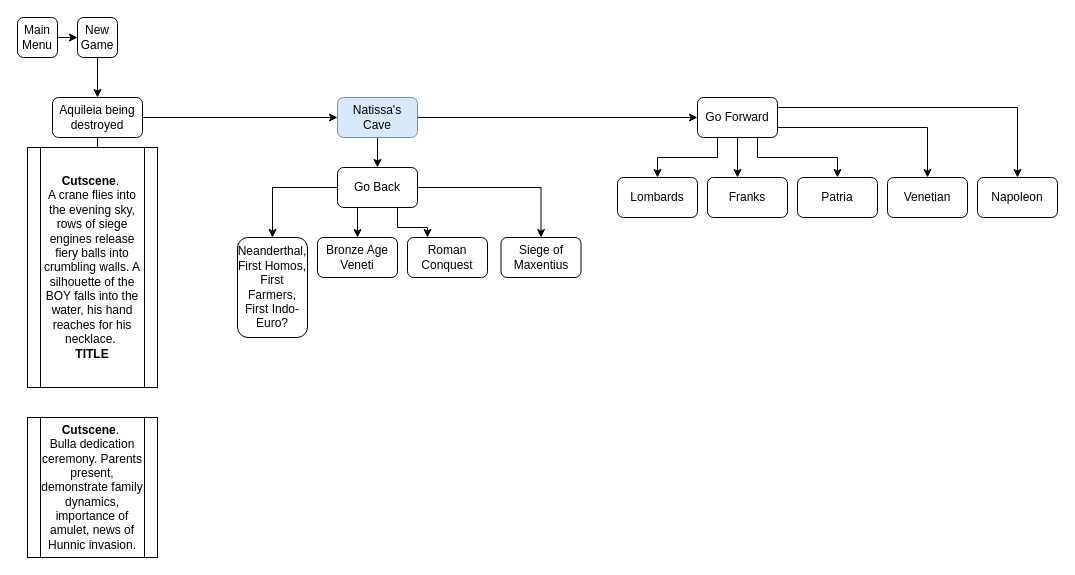
Earlier version of the draw.io diagram page "Narrative" (1 of 2) of Untitled Diagram.drawio (SpencerChamp/akileia). Source tidied: cells renumbered, new cells numbered last; positions are measured from the earlier drawing's top-left corner, leaving out a move shared by most shapes. Both pictures are drawn from the tidied source at 100%, with x=0, y=0 at pixel (17, 17).
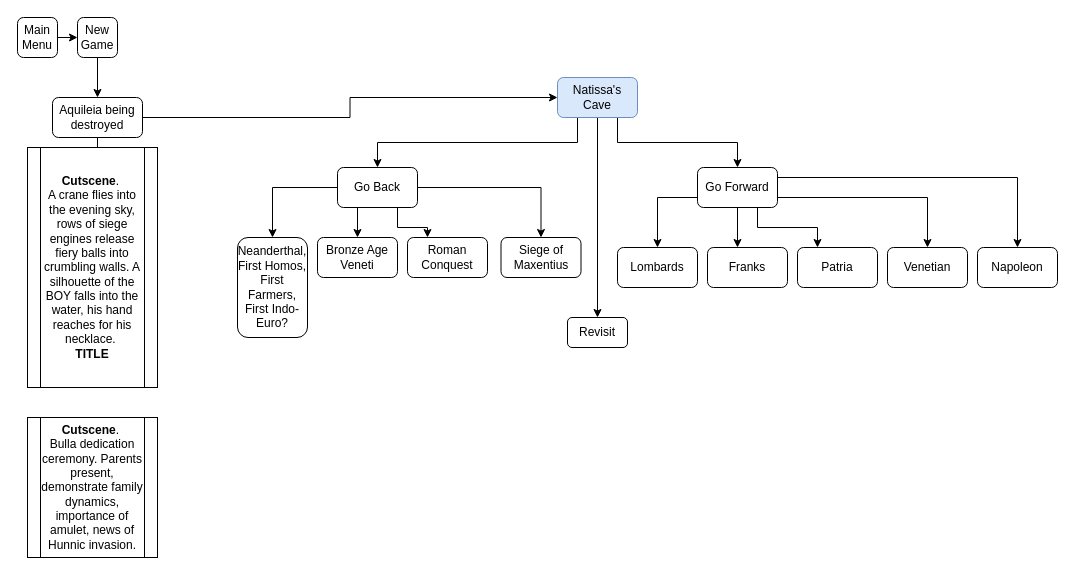
The same page after the edit.

The change refers to these unchanged cells:
```xml
<mxCell id="17" value="Go Back" style="rounded=1;whiteSpace=wrap;html=1;" parent="1" vertex="1">
  <mxGeometry x="320" y="150" width="80" height="40" as="geometry" />
</mxCell>
```

The edit, as a diff of the source:
```diff
@@
-    <mxCell id="10" style="edgeStyle=orthogonalEdgeStyle;rounded=0;jettySize=auto;html=1;" parent="1" edge="1" source="12" target="17">
+    <mxCell id="10" style="edgeStyle=orthogonalEdgeStyle;rounded=0;jettySize=auto;html=1;exitX=0.25;exitY=1;exitDx=0;exitDy=0;" parent="1" edge="1" source="12" target="17">
       <mxGeometry relative="1" as="geometry" />
     </mxCell>
-    <mxCell id="11" style="edgeStyle=orthogonalEdgeStyle;rounded=0;jettySize=auto;html=1;" parent="1" edge="1" source="12" target="23">
+    <mxCell id="11" style="edgeStyle=orthogonalEdgeStyle;rounded=0;jettySize=auto;html=1;exitX=0.75;exitY=1;exitDx=0;exitDy=0;" parent="1" edge="1" source="12" target="23">
       <mxGeometry relative="1" as="geometry" />
     </mxCell>
+    <mxCell id="35" style="edgeStyle=orthogonalEdgeStyle;rounded=0;jettySize=auto;html=1;exitX=0.5;exitY=1;exitDx=0;exitDy=0;" parent="1" edge="1" source="12" target="36">
+      <mxGeometry relative="1" as="geometry" />
+    </mxCell>
     <mxCell id="12" value="Natissa's Cave" style="rounded=1;whiteSpace=wrap;html=1;fillColor=#dae8fc;strokeColor=#6c8ebf;" parent="1" vertex="1">
-      <mxGeometry x="320" y="80" width="80" height="40" as="geometry" />
+      <mxGeometry x="540" y="60" width="80" height="40" as="geometry" />
     </mxCell>
@@
-    <mxCell id="18" style="edgeStyle=orthogonalEdgeStyle;rounded=0;jettySize=auto;html=1;" parent="1" edge="1" source="23" target="29">
-      <mxGeometry relative="1" as="geometry">
-        <Array as="points">
-          <mxPoint x="700" y="140" />
-          <mxPoint x="640" y="140" />
-        </Array>
-      </mxGeometry>
-    </mxCell>
@@
+    <mxCell id="22" style="edgeStyle=orthogonalEdgeStyle;rounded=0;jettySize=auto;html=1;exitX=1;exitY=0.25;exitDx=0;exitDy=0;" parent="1" edge="1" source="23" target="33">
+      <mxGeometry relative="1" as="geometry" />
+    </mxCell>
-    <mxCell id="20" style="edgeStyle=orthogonalEdgeStyle;rounded=0;jettySize=auto;html=1;exitX=0.75;exitY=1;exitDx=0;exitDy=0;entryX=0.5;entryY=0;entryDx=0;entryDy=0;" parent="1" edge="1" source="23" target="31">
+    <mxCell id="20" style="edgeStyle=orthogonalEdgeStyle;rounded=0;jettySize=auto;html=1;exitX=0.75;exitY=1;exitDx=0;exitDy=0;entryX=0.25;entryY=0;entryDx=0;entryDy=0;" parent="1" edge="1" source="23" target="31">
       <mxGeometry relative="1" as="geometry" />
     </mxCell>
-    <mxCell id="21" style="edgeStyle=orthogonalEdgeStyle;rounded=0;jettySize=auto;html=1;exitX=1;exitY=0.5;exitDx=0;exitDy=0;" parent="1" edge="1" source="23" target="32">
-      <mxGeometry relative="1" as="geometry">
-        <Array as="points">
-          <mxPoint x="760" y="110" />
-          <mxPoint x="910" y="110" />
-        </Array>
-      </mxGeometry>
+    <mxCell id="21" style="edgeStyle=orthogonalEdgeStyle;rounded=0;jettySize=auto;html=1;exitX=1;exitY=0.75;exitDx=0;exitDy=0;entryX=0.5;entryY=0;entryDx=0;entryDy=0;" parent="1" edge="1" source="23" target="32">
+      <mxGeometry relative="1" as="geometry" />
     </mxCell>
-    <mxCell id="22" style="edgeStyle=orthogonalEdgeStyle;rounded=0;jettySize=auto;html=1;exitX=1;exitY=0.25;exitDx=0;exitDy=0;" parent="1" edge="1" source="23" target="33">
-      <mxGeometry relative="1" as="geometry" />
-    </mxCell>
+    <mxCell id="18" style="edgeStyle=orthogonalEdgeStyle;rounded=0;jettySize=auto;html=1;exitX=0;exitY=0.75;exitDx=0;exitDy=0;" parent="1" edge="1" source="23" target="29">
+      <mxGeometry relative="1" as="geometry" />
+    </mxCell>
     <mxCell id="23" value="Go Forward" style="rounded=1;whiteSpace=wrap;html=1;" parent="1" vertex="1">
-      <mxGeometry x="680" y="80" width="80" height="40" as="geometry" />
+      <mxGeometry x="680" y="150" width="80" height="40" as="geometry" />
     </mxCell>
@@
     <mxCell id="29" value="Lombards" style="rounded=1;whiteSpace=wrap;html=1;" parent="1" vertex="1">
-      <mxGeometry x="600" y="160" width="80" height="40" as="geometry" />
+      <mxGeometry x="600" y="230" width="80" height="40" as="geometry" />
     </mxCell>
     <mxCell id="30" value="Franks" style="rounded=1;whiteSpace=wrap;html=1;" parent="1" vertex="1">
-      <mxGeometry x="690" y="160" width="80" height="40" as="geometry" />
+      <mxGeometry x="690" y="230" width="80" height="40" as="geometry" />
     </mxCell>
     <mxCell id="31" value="Patria" style="rounded=1;whiteSpace=wrap;html=1;" parent="1" vertex="1">
-      <mxGeometry x="780" y="160" width="80" height="40" as="geometry" />
+      <mxGeometry x="780" y="230" width="80" height="40" as="geometry" />
     </mxCell>
     <mxCell id="32" value="Venetian" style="rounded=1;whiteSpace=wrap;html=1;" parent="1" vertex="1">
-      <mxGeometry x="870" y="160" width="80" height="40" as="geometry" />
+      <mxGeometry x="870" y="230" width="80" height="40" as="geometry" />
     </mxCell>
     <mxCell id="33" value="Napoleon" style="rounded=1;whiteSpace=wrap;html=1;" parent="1" vertex="1">
-      <mxGeometry x="960" y="160" width="80" height="40" as="geometry" />
+      <mxGeometry x="960" y="230" width="80" height="40" as="geometry" />
     </mxCell>
@@
+    <mxCell id="36" value="Revisit" style="rounded=1;whiteSpace=wrap;html=1;" parent="1" vertex="1">
+      <mxGeometry x="550" y="300" width="60" height="30" as="geometry" />
+    </mxCell>
```
